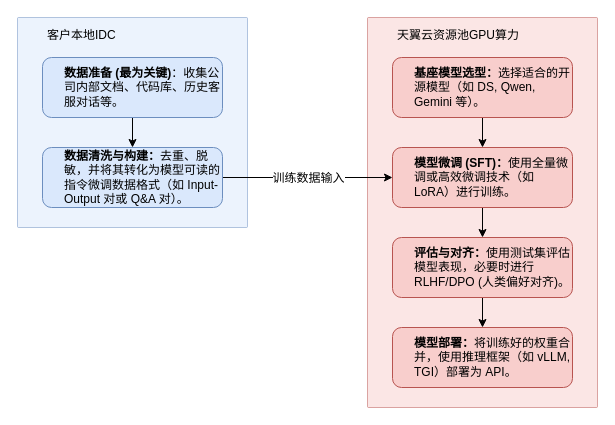
MyselfblueKAMI/drawpub keeps this draw.io diagram as page "模型微调" (1 of 3) of 正扬传感器智算方案.drawio. Above is the earlier version. Source tidied: cells renumbered, new cells numbered last; positions are measured from the earlier drawing's top-left corner, leaving out a move shared by most shapes. Both pictures are drawn from the tidied source at 100%, with x=0, y=0 at pixel (17, 17).
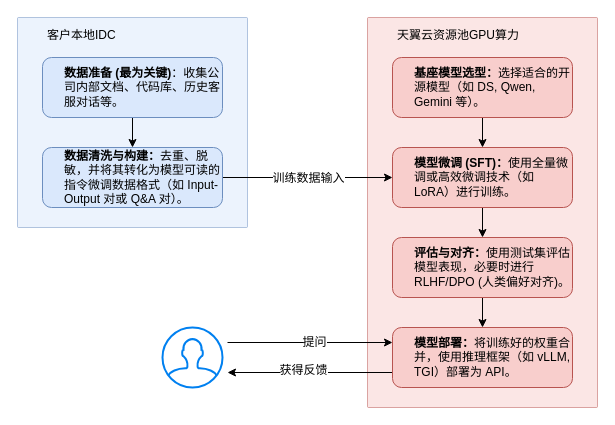
After the change.

Unchanged cells that the change refers to:
```xml
<mxCell id="15" value="&lt;b&gt;模型部署：&lt;/b&gt;将训练好的权重合并，使用推理框架（如 vLLM, TGI）部署为 API。" style="rounded=1;whiteSpace=wrap;html=1;strokeColor=#b85450;align=left;verticalAlign=middle;spacingLeft=20;fontFamily=Helvetica;fontSize=12;fillColor=#f8cecc;" parent="1" vertex="1">
  <mxGeometry x="375" y="310" width="180" height="60" as="geometry" />
</mxCell>
```

What changed in the source:
```diff
@@
+    <mxCell id="16" style="edgeStyle=orthogonalEdgeStyle;rounded=0;jettySize=auto;html=1;exitX=0;exitY=0.25;exitDx=0;exitDy=0;fontFamily=Helvetica;fontSize=12;fontColor=#999999;strokeColor=light-dark(#000000,#000000);endArrow=none;endFill=0;startArrow=classic;startFill=1;" parent="1" edge="1" source="15">
+      <mxGeometry relative="1" as="geometry">
+        <mxPoint x="210" y="325" as="targetPoint" />
+      </mxGeometry>
+    </mxCell>
+    <mxCell id="17" value="&lt;font style=&quot;color: light-dark(rgb(0, 0, 0), rgb(0, 0, 0));&quot;&gt;提问&lt;/font&gt;" style="edgeLabel;html=1;align=center;verticalAlign=middle;strokeColor=default;spacingLeft=20;fontFamily=Helvetica;fontSize=12;fontColor=#999999;fillColor=default;" parent="16" vertex="1">
+      <mxGeometry x="0.07" y="-1" relative="1" as="geometry" />
+    </mxCell>
+    <mxCell id="18" style="edgeStyle=orthogonalEdgeStyle;rounded=0;jettySize=auto;html=1;exitX=0;exitY=0.75;exitDx=0;exitDy=0;fontFamily=Helvetica;fontSize=12;fontColor=#999999;" parent="1" edge="1" source="15">
+      <mxGeometry relative="1" as="geometry">
+        <mxPoint x="210" y="355" as="targetPoint" />
+      </mxGeometry>
+    </mxCell>
+    <mxCell id="19" value="&lt;font style=&quot;color: light-dark(rgb(0, 0, 0), rgb(0, 0, 0));&quot;&gt;获得反馈&lt;/font&gt;" style="edgeLabel;html=1;align=center;verticalAlign=middle;strokeColor=default;spacingLeft=20;fontFamily=Helvetica;fontSize=12;fontColor=#999999;fillColor=default;" parent="18" vertex="1">
+      <mxGeometry x="0.21" y="-3" relative="1" as="geometry" />
+    </mxCell>
@@
+    <mxCell id="20" style="html=1;verticalLabelPosition=bottom;align=center;labelBackgroundColor=#ffffff;verticalAlign=top;strokeWidth=2;strokeColor=#0080F0;shadow=0;dashed=0;shape=mxgraph.ios7.icons.user;spacingLeft=20;fontFamily=Helvetica;fontSize=12;fontColor=#999999;fillColor=default;" parent="1" vertex="1">
+      <mxGeometry x="145" y="310" width="60" height="60" as="geometry" />
+    </mxCell>
```
